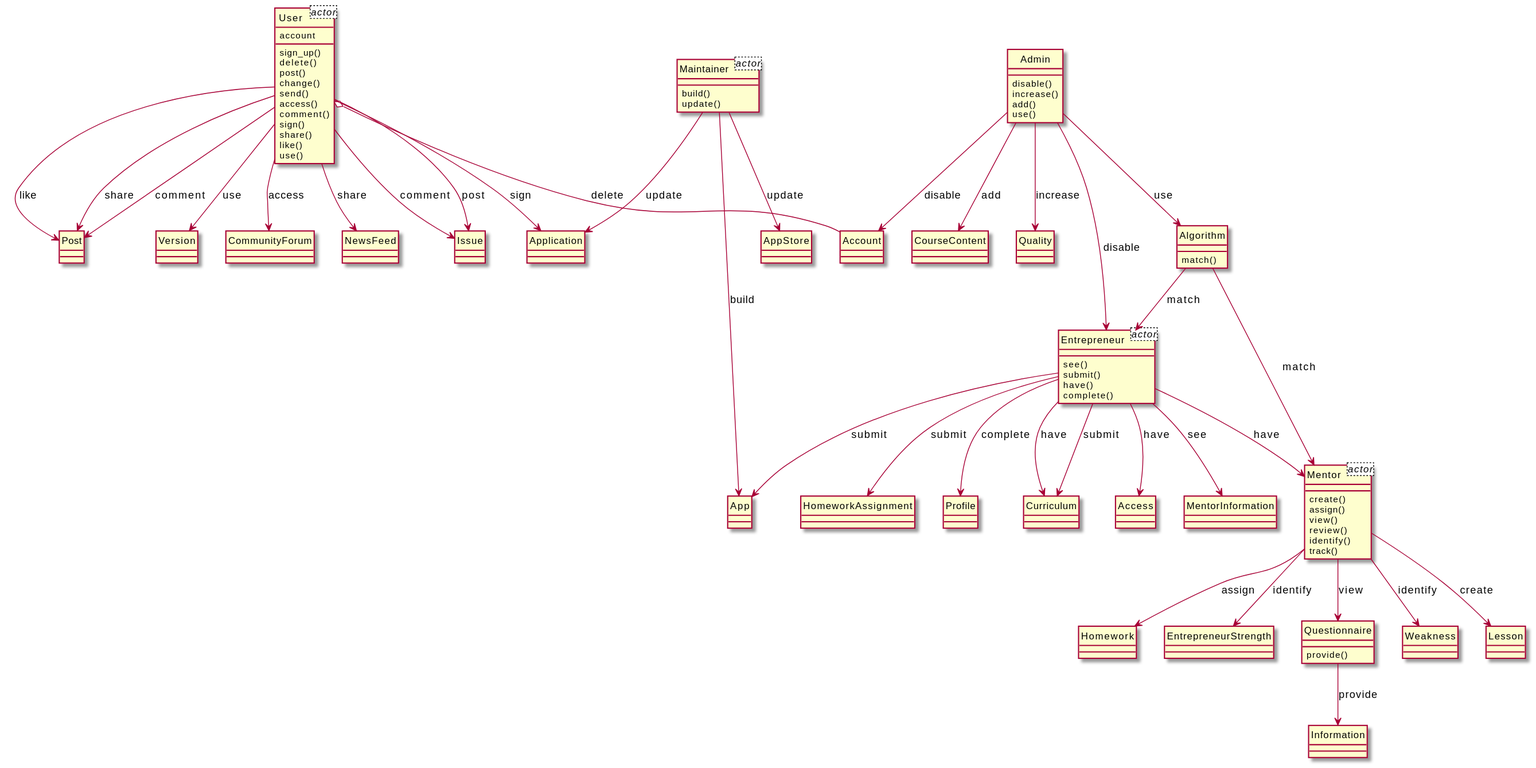
This is output/diagram_5/2016-USC-Project08.svg from xixixhalu/DomainModelExtractor, a PlantUML export, as it was before one commit.
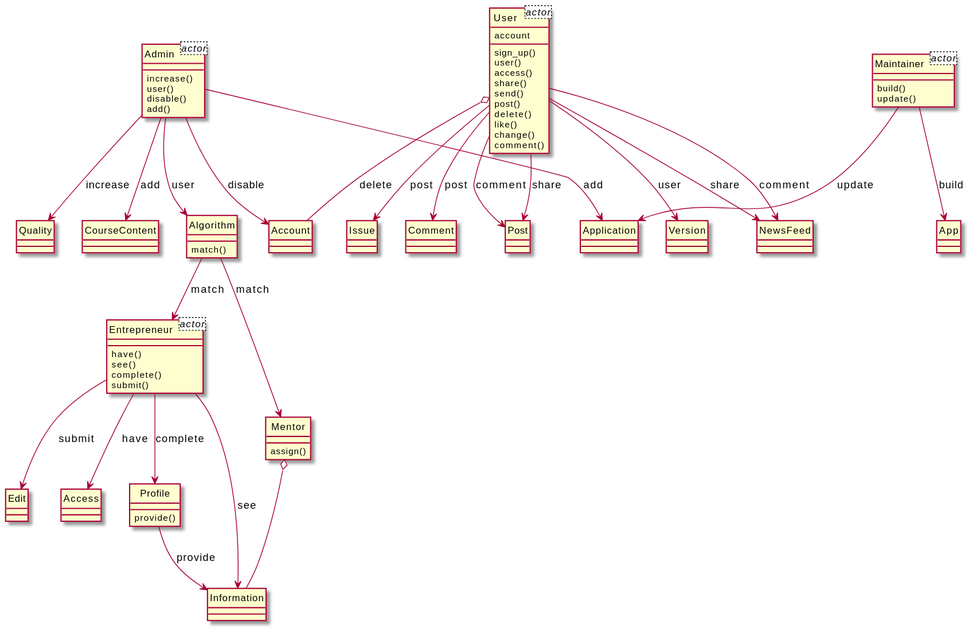
After the commit.

The edit, as a diff of the source:
```diff
@@ -1,5 +1,7 @@
 @startuml
 hide circle
+class Admin<actor> {
+}
 class User<actor> {
 	account
 }
@@ -7,125 +9,90 @@
 }
 class Entrepreneur<actor> {
 }
-class Mentor<actor> {
-}
-class Mentor {
-	create()
-	assign()
-	view()
-	review()
-	identify()
-	track()
-}
-class Homework {
-}
-class Admin {
-	disable()
-	increase()
-	add()
-	use()
-}
-class EntrepreneurStrength {
-}
 class User {
 	sign_up()
+	user()
+	access()
+	share()
+	send()
+	post()
 	delete()
-	post()
+	like()
 	change()
-	send()
-	access()
 	comment()
-	sign()
-	share()
-	like()
-	use()
-}
-class Algorithm {
-	match()
 }
 class Maintainer {
 	build()
 	update()
 }
-class Application {
+class App {
 }
-class Questionnaire {
+class Comment {
+}
+class Version {
+}
+class Admin {
+	increase()
+	user()
+	disable()
+	add()
+}
+class Algorithm {
+	match()
+}
+class Entrepreneur {
+	have()
+	see()
+	complete()
+	submit()
+}
+class Profile {
 	provide()
+}
+class Quality {
+}
+class Post {
+}
+class Edit {
+}
+class Issue {
+}
+class Account {
 }
 class Information {
 }
-class Account {
-}
-class Entrepreneur {
-	see()
-	submit()
-	have()
-	complete()
-}
-class Weakness {
-}
-class Version {
+class NewsFeed {
 }
 class CourseContent {
 }
-class Curriculum {
-}
-class MentorInformation {
-}
-class HomeworkAssignment {
-}
-class CommunityForum {
-}
-class NewsFeed {
-}
-class Issue {
-}
-class Post {
-}
-class Quality {
-}
-class App {
-}
-class Lesson {
-}
-class Profile {
+class Mentor {
+	assign()
 }
 class Access {
 }
-class AppStore {
+class Application {
 }
+Maintainer --> App : build
+Profile --> Information : provide
+User --> Comment : post
+Algorithm --> Entrepreneur : match
+User --> NewsFeed : share
+User --> Version : user
+Algorithm --> Mentor : match
+Entrepreneur --> Edit : submit
+Entrepreneur --> Access : have
+Admin --> Application : add
+Admin --> Algorithm : user
+Admin --> Account : disable
+Maintainer --> Application : update
+Mentor o-- Information
+Entrepreneur --> Profile : complete
+User --> Issue : post
+User o-- Account : delete
+Admin --> Quality : increase
+Entrepreneur --> Information : see
 User --> Post : comment
-Maintainer --> Application : update
-Admin --> Algorithm : use
-Entrepreneur --> Curriculum : have
-Entrepreneur --> Access : have
-Mentor --> Homework : assign
-User --> Issue : comment
-Entrepreneur --> HomeworkAssignment : submit
-Questionnaire --> Information : provide
-Entrepreneur --> App : submit
-User --> CommunityForum : access
-User o-- Account : delete
-Maintainer --> AppStore : update
-Entrepreneur --> Mentor : have
-User --> Post : like
-User --> NewsFeed : share
-User --> Application : sign
-Mentor --> Questionnaire : view
-Admin --> Account : disable
-User --> Issue : post
-Entrepreneur --> Profile : complete
-Mentor --> Weakness : identify
+User --> NewsFeed : comment
+Admin --> CourseContent : add
 User --> Post : share
-User --> Version : use
-Admin --> Quality : increase
-Admin --> CourseContent : add
-Entrepreneur --> MentorInformation : see
-Mentor --> EntrepreneurStrength : identify
-Maintainer --> App : build
-Admin --> Entrepreneur : disable
-Algorithm --> Entrepreneur : match
-Mentor --> Lesson : create
-Entrepreneur --> Curriculum : submit
-Algorithm --> Mentor : match
 @enduml
```
